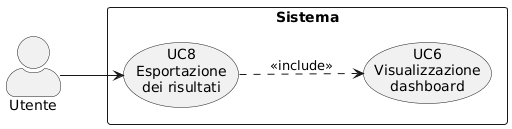
Above: src/images/diagrammiUML/UC-8.png in CoderiusGroup/Documentazione (PlantUML), before the change. Its diagram source:
```plantuml
@startuml
left to right direction
skinparam actorStyle awesome
skinparam packageStyle rectangle

actor "Utente" as U

rectangle "Sistema" {
  usecase "UC8\nEsportazione\ndei risultati" as UC8
  usecase "UC6\nVisualizzazione\ndashboard" as UC6
}

U --> UC8
UC8 ..> UC6 : <<include>>
@enduml
```
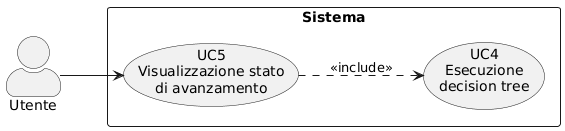
After the commit.

What changed in the source:
```diff
@@ -6,10 +6,10 @@
 actor "Utente" as U
 
 rectangle "Sistema" {
-  usecase "UC8\nEsportazione\ndei risultati" as UC8
-  usecase "UC6\nVisualizzazione\ndashboard" as UC6
+  usecase "UC5\nVisualizzazione stato\ndi avanzamento" as UC5
+  usecase "UC4\nEsecuzione\ndecision tree" as UC4
 }
 
-U --> UC8
-UC8 ..> UC6 : <<include>>
+U --> UC5
+UC5 ..> UC4 : <<include>>
 @enduml
```
